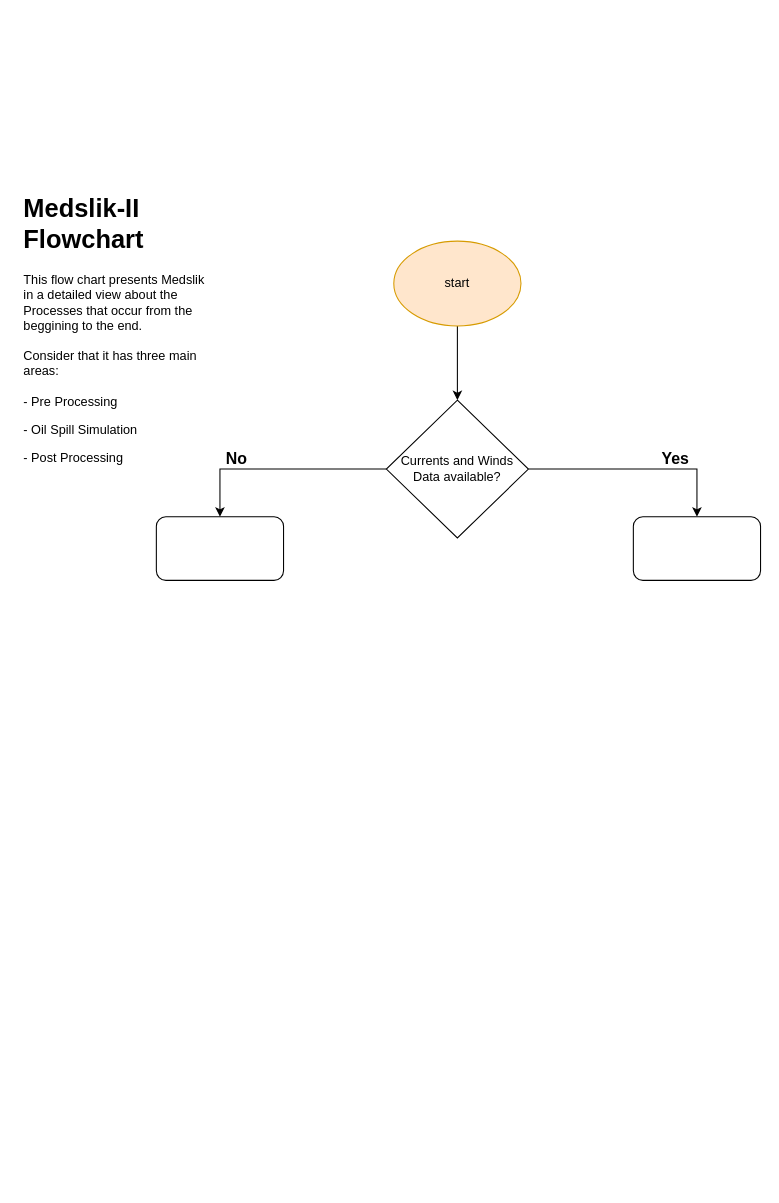
Above: Medslik_II_Flowchart.drawio in Igoratake/MedSlik_CMCC (draw.io), before the change. Source tidied: cells renumbered, new cells numbered last; positions are measured from the earlier drawing's top-left corner, leaving out a move shared by most shapes. Both pictures are drawn from the tidied source at 106%, with x=0, y=0 at pixel (18, 188).
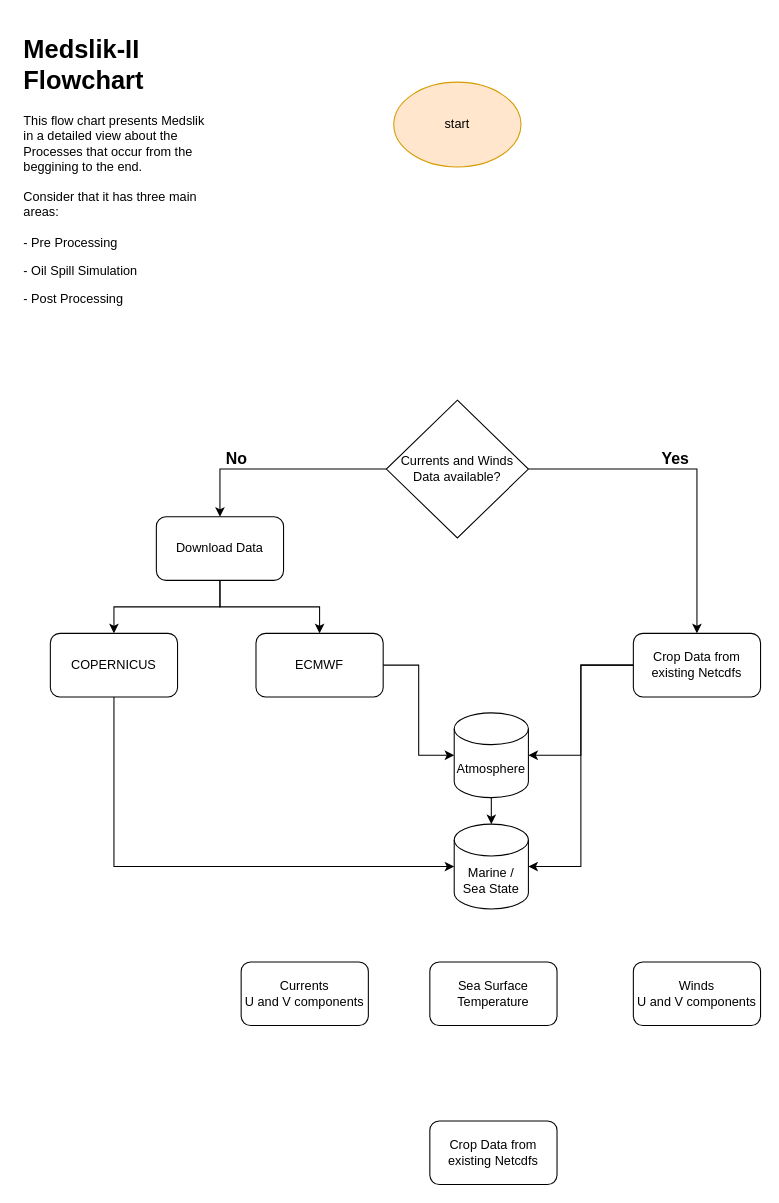
Above is the later version.

The change refers to these unchanged cells:
```xml
<mxCell id="5" value="Currents and Winds Data available?" style="rhombus;whiteSpace=wrap;html=1;" parent="1" vertex="1">
  <mxGeometry x="347" y="200" width="134" height="130" as="geometry" />
</mxCell>
```

What changed in the source:
```diff
@@
-    <mxCell id="2" style="edgeStyle=orthogonalEdgeStyle;rounded=0;jettySize=auto;html=1;" parent="1" edge="1" source="3" target="5">
-      <mxGeometry relative="1" as="geometry" />
-    </mxCell>
     <mxCell id="3" value="start" style="ellipse;whiteSpace=wrap;html=1;fillColor=#ffe6cc;strokeColor=#d79b00;" parent="1" vertex="1">
-      <mxGeometry x="354" y="50" width="120" height="80" as="geometry" />
+      <mxGeometry x="354" y="-100" width="120" height="80" as="geometry" />
     </mxCell>
@@
+    <mxCell id="12" style="edgeStyle=orthogonalEdgeStyle;rounded=0;jettySize=auto;html=1;entryX=1;entryY=0.5;entryDx=0;entryDy=0;entryPerimeter=0;" parent="1" edge="1" source="6" target="17">
+      <mxGeometry relative="1" as="geometry" />
+    </mxCell>
-    <mxCell id="6" style="rounded=1;whiteSpace=wrap;html=1;" parent="1" vertex="1">
-      <mxGeometry x="580" y="310" width="120" height="60" as="geometry" />
+    <mxCell id="6" value="Crop Data from existing Netcdfs" style="rounded=1;whiteSpace=wrap;html=1;" parent="1" vertex="1">
+      <mxGeometry x="580" y="420" width="120" height="60" as="geometry" />
     </mxCell>
+    <mxCell id="13" style="edgeStyle=orthogonalEdgeStyle;rounded=0;jettySize=auto;html=1;" parent="1" edge="1" source="7" target="21">
+      <mxGeometry relative="1" as="geometry" />
+    </mxCell>
+    <mxCell id="14" style="edgeStyle=orthogonalEdgeStyle;rounded=0;jettySize=auto;html=1;entryX=0.5;entryY=0;entryDx=0;entryDy=0;" parent="1" edge="1" source="7" target="22">
+      <mxGeometry relative="1" as="geometry" />
+    </mxCell>
-    <mxCell id="7" style="rounded=1;whiteSpace=wrap;html=1;" parent="1" vertex="1">
+    <mxCell id="7" value="Download Data" style="rounded=1;whiteSpace=wrap;html=1;" parent="1" vertex="1">
       <mxGeometry x="130" y="310" width="120" height="60" as="geometry" />
     </mxCell>
@@
     <mxCell id="9" value="&lt;h1&gt;Medslik-II Flowchart&lt;/h1&gt;&lt;p&gt;This flow chart presents Medslik in a detailed view about the Processes that occur from the beggining to the end.&lt;br&gt;&lt;br&gt;Consider that it has three main areas:&lt;br&gt;&lt;br&gt;- Pre Processing&lt;/p&gt;&lt;p&gt;- Oil Spill Simulation&lt;/p&gt;&lt;p&gt;- Post Processing&lt;/p&gt;" style="text;html=1;strokeColor=none;fillColor=none;spacing=5;spacingTop=-20;whiteSpace=wrap;overflow=hidden;rounded=0;" parent="1" vertex="1">
-      <mxGeometry width="190" height="280" as="geometry" />
+      <mxGeometry y="-150" width="190" height="280" as="geometry" />
     </mxCell>
@@
+    <mxCell id="15" value="Crop Data from existing Netcdfs" style="rounded=1;whiteSpace=wrap;html=1;" parent="1" vertex="1">
+      <mxGeometry x="388" y="880" width="120" height="60" as="geometry" />
+    </mxCell>
+    <mxCell id="16" value="Marine / Sea State" style="shape=cylinder3;whiteSpace=wrap;html=1;boundedLbl=1;backgroundOutline=1;size=15;" parent="1" vertex="1">
+      <mxGeometry x="411" y="600" width="70" height="80" as="geometry" />
+    </mxCell>
+    <mxCell id="17" value="Atmosphere" style="shape=cylinder3;whiteSpace=wrap;html=1;boundedLbl=1;backgroundOutline=1;size=15;" parent="1" vertex="1">
+      <mxGeometry x="411" y="495" width="70" height="80" as="geometry" />
+    </mxCell>
+    <mxCell id="18" value="Currents&lt;br&gt;U and V components" style="rounded=1;whiteSpace=wrap;html=1;" parent="1" vertex="1">
+      <mxGeometry x="210" y="730" width="120" height="60" as="geometry" />
+    </mxCell>
+    <mxCell id="19" value="Winds&lt;br&gt;U and V components" style="rounded=1;whiteSpace=wrap;html=1;" parent="1" vertex="1">
+      <mxGeometry x="580" y="730" width="120" height="60" as="geometry" />
+    </mxCell>
+    <mxCell id="20" value="Sea Surface Temperature" style="rounded=1;whiteSpace=wrap;html=1;" parent="1" vertex="1">
+      <mxGeometry x="388" y="730" width="120" height="60" as="geometry" />
+    </mxCell>
+    <mxCell id="21" value="COPERNICUS" style="rounded=1;whiteSpace=wrap;html=1;" parent="1" vertex="1">
+      <mxGeometry x="30" y="420" width="120" height="60" as="geometry" />
+    </mxCell>
+    <mxCell id="22" value="ECMWF" style="rounded=1;whiteSpace=wrap;html=1;" parent="1" vertex="1">
+      <mxGeometry x="224" y="420" width="120" height="60" as="geometry" />
+    </mxCell>
+    <mxCell id="23" style="edgeStyle=orthogonalEdgeStyle;rounded=0;jettySize=auto;html=1;entryX=0;entryY=0.5;entryDx=0;entryDy=0;entryPerimeter=0;exitX=0.5;exitY=1;exitDx=0;exitDy=0;" parent="1" edge="1" source="21" target="16">
+      <mxGeometry relative="1" as="geometry" />
+    </mxCell>
+    <mxCell id="24" style="edgeStyle=orthogonalEdgeStyle;rounded=0;jettySize=auto;html=1;entryX=0;entryY=0.5;entryDx=0;entryDy=0;entryPerimeter=0;" parent="1" edge="1" source="22" target="17">
+      <mxGeometry relative="1" as="geometry" />
+    </mxCell>
+    <mxCell id="25" style="edgeStyle=orthogonalEdgeStyle;rounded=0;jettySize=auto;html=1;entryX=1;entryY=0.5;entryDx=0;entryDy=0;entryPerimeter=0;" parent="1" edge="1" source="6" target="16">
+      <mxGeometry relative="1" as="geometry" />
+    </mxCell>
+    <mxCell id="26" style="edgeStyle=orthogonalEdgeStyle;rounded=0;jettySize=auto;html=1;exitX=0.5;exitY=1;exitDx=0;exitDy=0;exitPerimeter=0;entryX=0.5;entryY=0;entryDx=0;entryDy=0;entryPerimeter=0;" parent="1" edge="1" source="17" target="16">
+      <mxGeometry relative="1" as="geometry" />
+    </mxCell>
```
